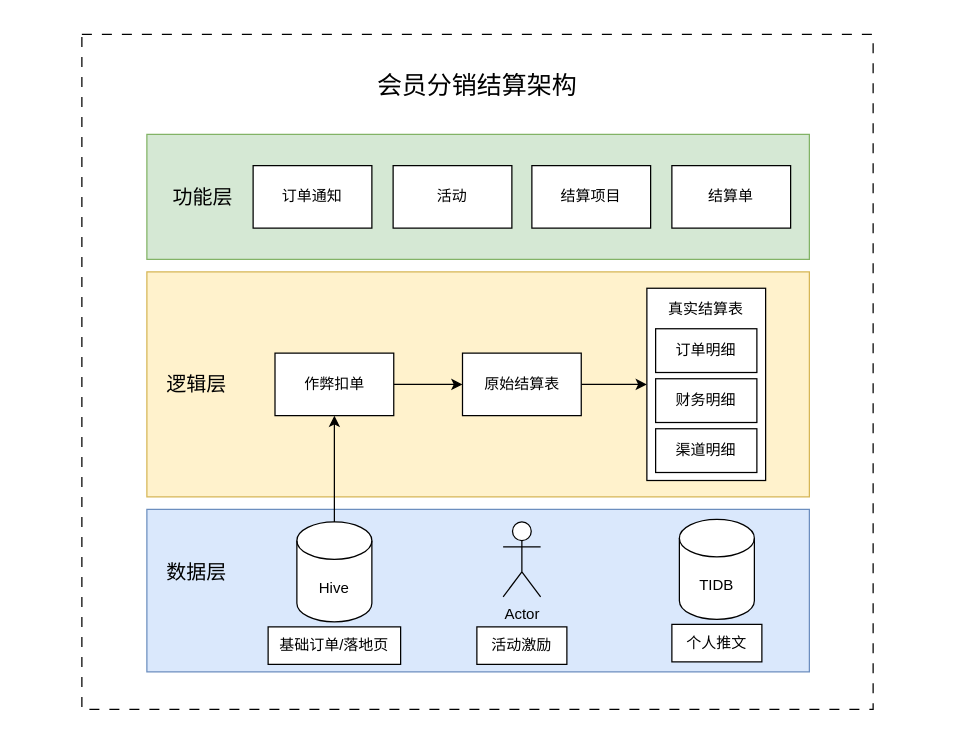
Before: 结算架构.drawio in WTongStudio/draw.io, a draw.io diagram. Source tidied: cells renumbered, new cells numbered last; positions are measured from the earlier drawing's top-left corner, leaving out a move shared by most shapes. Both pictures are drawn from the tidied source at 125%, with x=0, y=0 at pixel (81, 34).
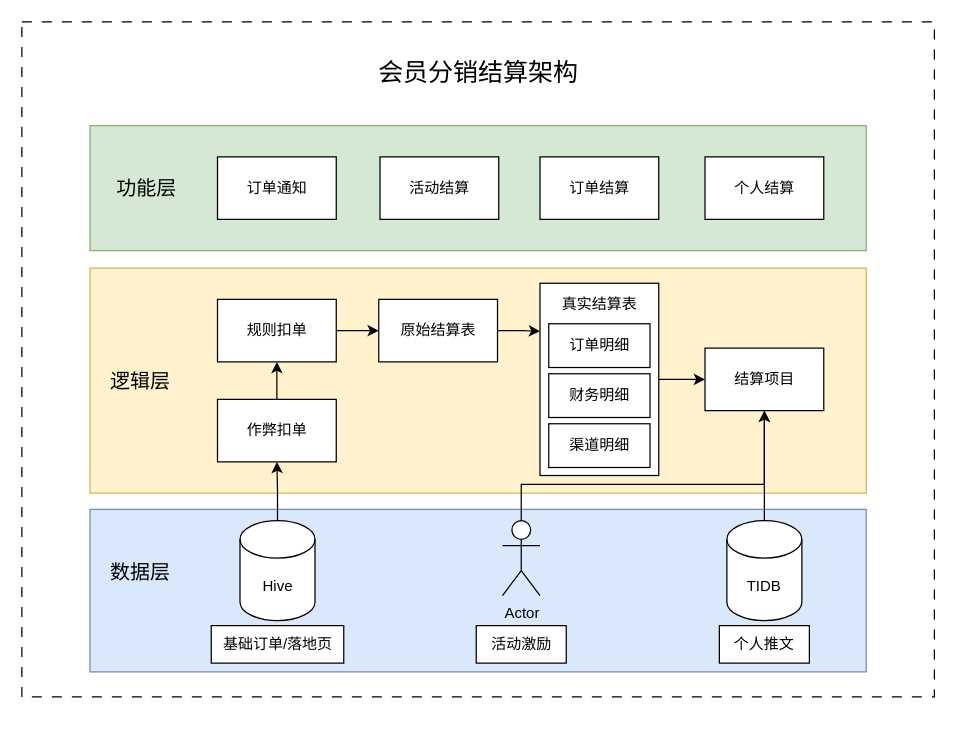
Above is the later version.

Commit message:
更新结算架构.drawio

The edit, as a diff of the source:
```diff
@@
     <mxCell id="2" style="rounded=0;whiteSpace=wrap;html=1;dashed=1;dashPattern=8 8;" parent="1" vertex="1">
-      <mxGeometry width="633" height="540" as="geometry" />
+      <mxGeometry x="-48" y="-10" width="730" height="540" as="geometry" />
     </mxCell>
     <mxCell id="3" style="rounded=0;whiteSpace=wrap;html=1;fillColor=#fff2cc;strokeColor=#d6b656;" parent="1" vertex="1">
-      <mxGeometry x="52" y="190" width="530" height="180" as="geometry" />
+      <mxGeometry x="6.5" y="187" width="621" height="180" as="geometry" />
     </mxCell>
     <mxCell id="4" style="rounded=0;whiteSpace=wrap;html=1;fillColor=#dae8fc;strokeColor=#6c8ebf;" parent="1" vertex="1">
-      <mxGeometry x="52" y="380" width="530" height="130" as="geometry" />
+      <mxGeometry x="6.5" y="380" width="621" height="130" as="geometry" />
     </mxCell>
     <mxCell id="5" value="&lt;font style=&quot;font-size: 16px;&quot;&gt;数据层&lt;/font&gt;" style="text;html=1;align=center;verticalAlign=middle;whiteSpace=wrap;rounded=0;" parent="1" vertex="1">
-      <mxGeometry x="62" y="415" width="60" height="30" as="geometry" />
+      <mxGeometry x="16.5" y="415" width="60" height="30" as="geometry" />
     </mxCell>
-    <mxCell id="6" value="Hive" style="shape=cylinder3;whiteSpace=wrap;html=1;boundedLbl=1;backgroundOutline=1;size=15;" parent="1" vertex="1">
-      <mxGeometry x="172" y="390" width="60" height="80" as="geometry" />
-    </mxCell>
-    <mxCell id="7" value="Actor" style="shape=umlActor;verticalLabelPosition=bottom;verticalAlign=top;html=1;outlineConnect=0;" parent="1" vertex="1">
-      <mxGeometry x="337" y="390" width="30" height="60" as="geometry" />
-    </mxCell>
-    <mxCell id="8" value="TIDB" style="shape=cylinder3;whiteSpace=wrap;html=1;boundedLbl=1;backgroundOutline=1;size=15;" parent="1" vertex="1">
-      <mxGeometry x="478" y="388" width="60" height="80" as="geometry" />
-    </mxCell>
     <mxCell id="9" value="&lt;font size=&quot;3&quot;&gt;逻辑层&lt;/font&gt;" style="text;html=1;align=center;verticalAlign=middle;whiteSpace=wrap;rounded=0;" parent="1" vertex="1">
-      <mxGeometry x="57" y="265" width="70" height="30" as="geometry" />
+      <mxGeometry x="11.5" y="262" width="70" height="30" as="geometry" />
     </mxCell>
     <mxCell id="10" style="rounded=0;whiteSpace=wrap;html=1;fillColor=#d5e8d4;strokeColor=#82b366;" parent="1" vertex="1">
-      <mxGeometry x="52" y="80" width="530" height="100" as="geometry" />
+      <mxGeometry x="6.5" y="73" width="621" height="100" as="geometry" />
     </mxCell>
     <mxCell id="11" value="&lt;font size=&quot;3&quot;&gt;功能层&lt;/font&gt;" style="text;html=1;align=center;verticalAlign=middle;whiteSpace=wrap;rounded=0;" parent="1" vertex="1">
-      <mxGeometry x="62" y="115" width="70" height="30" as="geometry" />
+      <mxGeometry x="16.5" y="108" width="70" height="30" as="geometry" />
     </mxCell>
-    <mxCell id="12" style="edgeStyle=orthogonalEdgeStyle;rounded=0;jettySize=auto;html=1;entryX=0;entryY=0.5;entryDx=0;entryDy=0;" parent="1" edge="1" source="13" target="15">
-      <mxGeometry relative="1" as="geometry" />
-    </mxCell>
+    <mxCell id="30" style="edgeStyle=orthogonalEdgeStyle;rounded=0;jettySize=auto;html=1;entryX=0.5;entryY=1;entryDx=0;entryDy=0;" parent="1" edge="1" source="13" target="33">
+      <mxGeometry relative="1" as="geometry" />
+    </mxCell>
     <mxCell id="13" value="作弊扣单" style="rounded=0;whiteSpace=wrap;html=1;" parent="1" vertex="1">
-      <mxGeometry x="154.5" y="255" width="95" height="50" as="geometry" />
+      <mxGeometry x="108.5" y="292" width="95" height="50" as="geometry" />
     </mxCell>
-    <mxCell id="14" style="edgeStyle=orthogonalEdgeStyle;rounded=0;jettySize=auto;html=1;exitX=1;exitY=0.5;exitDx=0;exitDy=0;entryX=0;entryY=0.5;entryDx=0;entryDy=0;" parent="1" edge="1" source="15" target="16">
+    <mxCell id="14" style="edgeStyle=orthogonalEdgeStyle;rounded=0;jettySize=auto;html=1;entryX=0;entryY=0.25;entryDx=0;entryDy=0;" parent="1" edge="1" source="15" target="16">
       <mxGeometry relative="1" as="geometry" />
     </mxCell>
     <mxCell id="15" value="原始结算表" style="rounded=0;whiteSpace=wrap;html=1;" parent="1" vertex="1">
-      <mxGeometry x="304.5" y="255" width="95" height="50" as="geometry" />
+      <mxGeometry x="237.5" y="212" width="95" height="50" as="geometry" />
     </mxCell>
+    <mxCell id="31" style="edgeStyle=orthogonalEdgeStyle;rounded=0;jettySize=auto;html=1;entryX=0;entryY=0.5;entryDx=0;entryDy=0;" parent="1" edge="1" source="16" target="23">
+      <mxGeometry relative="1" as="geometry" />
+    </mxCell>
     <mxCell id="16" style="rounded=0;whiteSpace=wrap;html=1;" parent="1" vertex="1">
-      <mxGeometry x="452" y="203.1" width="95" height="153.8" as="geometry" />
+      <mxGeometry x="366.5" y="199.1" width="95" height="153.8" as="geometry" />
     </mxCell>
     <mxCell id="17" value="订单明细" style="rounded=0;whiteSpace=wrap;html=1;" parent="1" vertex="1">
-      <mxGeometry x="459" y="235.5" width="81" height="35" as="geometry" />
+      <mxGeometry x="373.5" y="231.5" width="81" height="35" as="geometry" />
     </mxCell>
     <mxCell id="18" value="财务明细" style="rounded=0;whiteSpace=wrap;html=1;" parent="1" vertex="1">
-      <mxGeometry x="459" y="275.5" width="81" height="35" as="geometry" />
+      <mxGeometry x="373.5" y="271.5" width="81" height="35" as="geometry" />
     </mxCell>
     <mxCell id="19" value="渠道明细" style="rounded=0;whiteSpace=wrap;html=1;" parent="1" vertex="1">
-      <mxGeometry x="459" y="315.5" width="81" height="35" as="geometry" />
+      <mxGeometry x="373.5" y="311.5" width="81" height="35" as="geometry" />
     </mxCell>
-    <mxCell id="20" value="基础订单/落地页" style="rounded=0;whiteSpace=wrap;html=1;" parent="1" vertex="1">
-      <mxGeometry x="149" y="474" width="106" height="30" as="geometry" />
-    </mxCell>
-    <mxCell id="21" value="个人推文" style="rounded=0;whiteSpace=wrap;html=1;" parent="1" vertex="1">
-      <mxGeometry x="472" y="472" width="72" height="30" as="geometry" />
-    </mxCell>
-    <mxCell id="22" value="活动激励" style="rounded=0;whiteSpace=wrap;html=1;" parent="1" vertex="1">
-      <mxGeometry x="316" y="474" width="72" height="30" as="geometry" />
-    </mxCell>
     <mxCell id="23" value="结算项目" style="rounded=0;whiteSpace=wrap;html=1;" parent="1" vertex="1">
-      <mxGeometry x="360" y="105" width="95" height="50" as="geometry" />
+      <mxGeometry x="498.5" y="251" width="95" height="50" as="geometry" />
     </mxCell>
-    <mxCell id="24" value="结算单" style="rounded=0;whiteSpace=wrap;html=1;" parent="1" vertex="1">
-      <mxGeometry x="472" y="105" width="95" height="50" as="geometry" />
+    <mxCell id="24" value="订单结算" style="rounded=0;whiteSpace=wrap;html=1;" parent="1" vertex="1">
+      <mxGeometry x="366.5" y="98" width="95" height="50" as="geometry" />
     </mxCell>
@@
     <mxCell id="26" value="真实结算表" style="text;html=1;strokeColor=none;fillColor=none;align=center;verticalAlign=middle;whiteSpace=wrap;rounded=0;" parent="1" vertex="1">
-      <mxGeometry x="463" y="207.1" width="73" height="26" as="geometry" />
+      <mxGeometry x="377.5" y="203.1" width="73" height="26" as="geometry" />
     </mxCell>
     <mxCell id="27" value="订单通知" style="rounded=0;whiteSpace=wrap;html=1;" parent="1" vertex="1">
-      <mxGeometry x="137" y="105" width="95" height="50" as="geometry" />
+      <mxGeometry x="108.5" y="98" width="95" height="50" as="geometry" />
     </mxCell>
     <mxCell id="28" value="&lt;font style=&quot;font-size: 20px;&quot;&gt;会员分销结算架构&lt;/font&gt;" style="text;html=1;strokeColor=none;fillColor=none;align=center;verticalAlign=middle;whiteSpace=wrap;rounded=0;" parent="1" vertex="1">
-      <mxGeometry x="216" y="20" width="201" height="40" as="geometry" />
+      <mxGeometry x="216.5" y="10" width="201" height="40" as="geometry" />
     </mxCell>
-    <mxCell id="29" value="活动" style="rounded=0;whiteSpace=wrap;html=1;" parent="1" vertex="1">
-      <mxGeometry x="249" y="105" width="95" height="50" as="geometry" />
+    <mxCell id="29" value="活动结算" style="rounded=0;whiteSpace=wrap;html=1;" parent="1" vertex="1">
+      <mxGeometry x="238.5" y="98" width="95" height="50" as="geometry" />
     </mxCell>
+    <mxCell id="32" style="edgeStyle=orthogonalEdgeStyle;rounded=0;jettySize=auto;html=1;entryX=0;entryY=0.5;entryDx=0;entryDy=0;" parent="1" edge="1" source="33" target="15">
+      <mxGeometry relative="1" as="geometry" />
+    </mxCell>
+    <mxCell id="33" value="规则扣单" style="rounded=0;whiteSpace=wrap;html=1;" parent="1" vertex="1">
+      <mxGeometry x="108.5" y="212" width="95" height="50" as="geometry" />
+    </mxCell>
+    <mxCell id="34" style="group;" parent="1" vertex="1">
+      <mxGeometry x="510" y="389" width="72" height="114" as="geometry" />
+    </mxCell>
+    <mxCell id="8" value="TIDB" style="shape=cylinder3;whiteSpace=wrap;html=1;boundedLbl=1;backgroundOutline=1;size=15;" parent="34" vertex="1">
+      <mxGeometry x="6" width="60" height="80" as="geometry" />
+    </mxCell>
+    <mxCell id="21" value="个人推文" style="rounded=0;whiteSpace=wrap;html=1;" parent="34" vertex="1">
+      <mxGeometry y="84" width="72" height="30" as="geometry" />
+    </mxCell>
+    <mxCell id="35" style="group;" parent="1" vertex="1">
+      <mxGeometry x="315.5" y="389" width="72" height="114" as="geometry" />
+    </mxCell>
+    <mxCell id="7" value="Actor" style="shape=umlActor;verticalLabelPosition=bottom;verticalAlign=top;html=1;outlineConnect=0;" parent="35" vertex="1">
+      <mxGeometry x="21" width="30" height="60" as="geometry" />
+    </mxCell>
+    <mxCell id="22" value="活动激励" style="rounded=0;whiteSpace=wrap;html=1;" parent="35" vertex="1">
+      <mxGeometry y="84" width="72" height="30" as="geometry" />
+    </mxCell>
+    <mxCell id="36" style="group;" parent="1" vertex="1">
+      <mxGeometry x="103.5" y="389" width="106" height="114" as="geometry" />
+    </mxCell>
+    <mxCell id="6" value="Hive" style="shape=cylinder3;whiteSpace=wrap;html=1;boundedLbl=1;backgroundOutline=1;size=15;" parent="36" vertex="1">
+      <mxGeometry x="23" width="60" height="80" as="geometry" />
+    </mxCell>
+    <mxCell id="20" value="基础订单/落地页" style="rounded=0;whiteSpace=wrap;html=1;" parent="36" vertex="1">
+      <mxGeometry y="84" width="106" height="30" as="geometry" />
+    </mxCell>
+    <mxCell id="37" style="edgeStyle=orthogonalEdgeStyle;rounded=0;jettySize=auto;html=1;entryX=0.5;entryY=1;entryDx=0;entryDy=0;" parent="1" edge="1" source="7" target="23">
+      <mxGeometry relative="1" as="geometry">
+        <Array as="points">
+          <mxPoint x="351.5" y="360" />
+          <mxPoint x="545.5" y="360" />
+        </Array>
+      </mxGeometry>
+    </mxCell>
+    <mxCell id="38" style="edgeStyle=orthogonalEdgeStyle;rounded=0;jettySize=auto;html=1;" parent="1" edge="1" source="8" target="23">
+      <mxGeometry relative="1" as="geometry" />
+    </mxCell>
+    <mxCell id="39" value="个人结算" style="rounded=0;whiteSpace=wrap;html=1;" parent="1" vertex="1">
+      <mxGeometry x="498.5" y="98" width="95" height="50" as="geometry" />
+    </mxCell>
```
